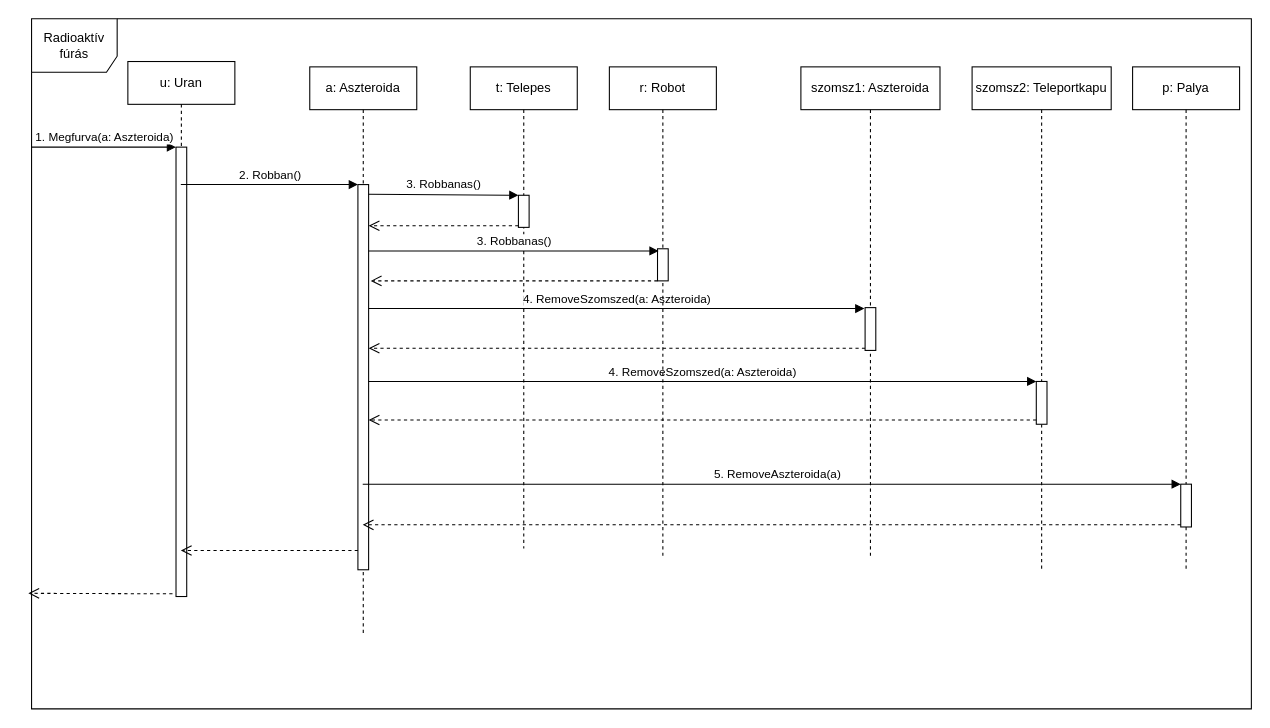
Before: page "urán-folyt" (4 of 5) of doc/szekvencia/szek_RobotFur.drawio in torpeBoiGo/aszteroidabanyaszat, a draw.io diagram. Source tidied: cells renumbered, new cells numbered last; positions are measured from the earlier drawing's top-left corner, leaving out a move shared by most shapes. Both pictures are drawn from the tidied source at 107%, with x=0, y=0 at pixel (28, 18).
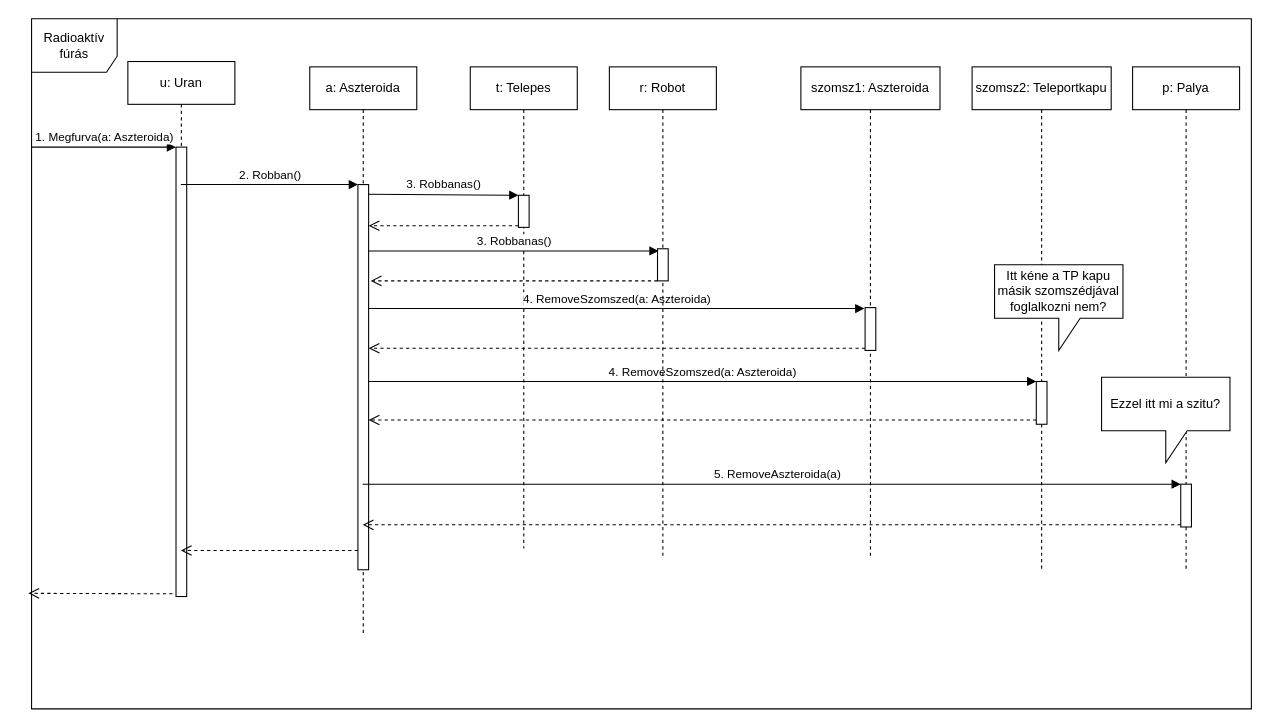
The same page after the edit.

What changed in the source:
```diff
@@
+    <mxCell id="31" value="Itt kéne a TP kapu másik szomszédjával foglalkozni nem?" style="shape=callout;whiteSpace=wrap;html=1;perimeter=calloutPerimeter;" parent="1" vertex="1">
+      <mxGeometry x="903" y="230" width="120" height="80" as="geometry" />
+    </mxCell>
+    <mxCell id="32" value="Ezzel itt mi a szitu?" style="shape=callout;whiteSpace=wrap;html=1;perimeter=calloutPerimeter;" parent="1" vertex="1">
+      <mxGeometry x="1003" y="335" width="120" height="80" as="geometry" />
+    </mxCell>
```
